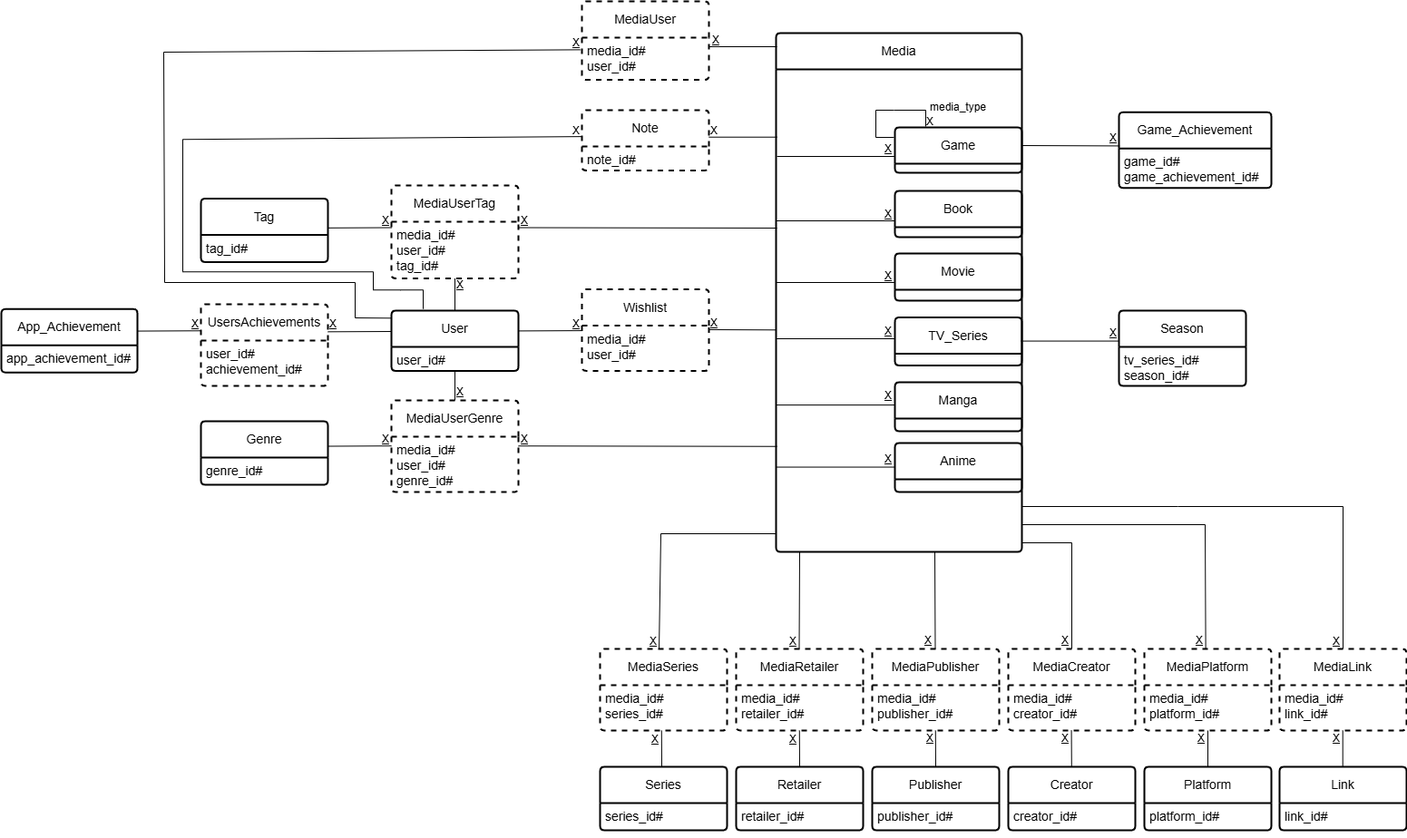
unibuc-cs/software-engineering-product-panic-driven-development keeps this draw.io diagram as images/diagram1.png. Above is the earlier version. Source tidied: cells renumbered, new cells last; positions are measured from the earlier drawing's top-left corner, leaving out a move shared by most shapes.
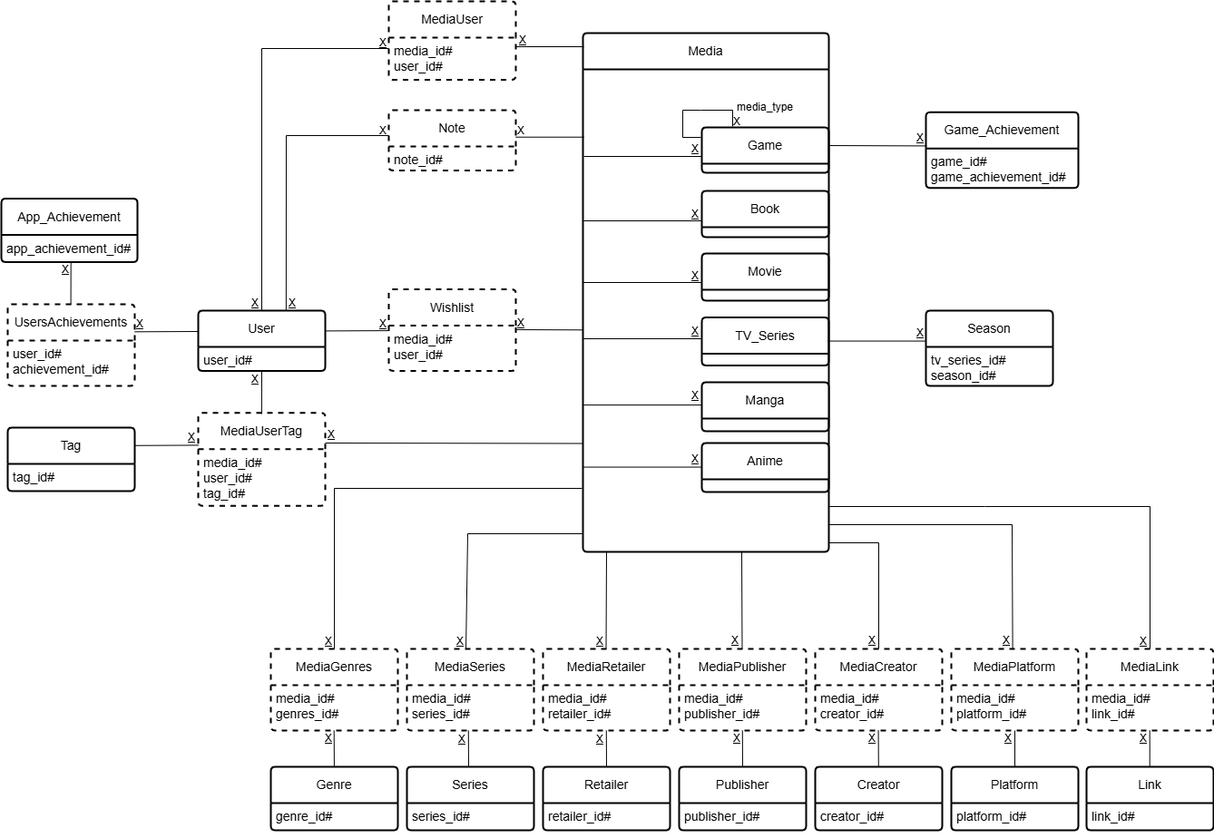
After the commit.

Commit message:
changed conceptual diagram

What changed in the source:
```diff
@@ -48,7 +48,7 @@
       <mxGeometry relative="1" as="geometry" />
     </mxCell>
     <mxCell id="13" value="Genre" style="swimlane;horizontal=1;startSize=40;rounded=1;fontSize=14;fontStyle=0;strokeWidth=2;shadow=0;dashed=0;align=center;arcSize=4;whiteSpace=wrap;html=1;fontFamily=Helvetica;" parent="1" vertex="1">
-      <mxGeometry x="220" y="463" width="140" height="70" as="geometry" />
+      <mxGeometry x="510" y="844" width="140" height="70" as="geometry" />
     </mxCell>
     <mxCell id="14" value="&lt;span style=&quot;font-size: 14px;&quot;&gt;genre_id#&lt;/span&gt;" style="align=left;strokeColor=none;fillColor=none;spacingLeft=4;fontSize=12;verticalAlign=top;html=1;rounded=1;" parent="13" vertex="1">
       <mxGeometry y="40" width="140" height="30" as="geometry" />
@@ -57,7 +57,7 @@
       <mxGeometry relative="1" as="geometry" />
     </mxCell>
     <mxCell id="16" value="Tag" style="swimlane;horizontal=1;startSize=40;rounded=1;fontSize=14;fontStyle=0;strokeWidth=2;shadow=0;dashed=0;align=center;arcSize=4;whiteSpace=wrap;html=1;fontFamily=Helvetica;" parent="1" vertex="1">
-      <mxGeometry x="220" y="217.5" width="140" height="70" as="geometry" />
+      <mxGeometry x="220" y="470" width="140" height="70" as="geometry" />
     </mxCell>
     <mxCell id="17" value="&lt;span style=&quot;font-size: 14px;&quot;&gt;tag_id#&lt;/span&gt;" style="align=left;strokeColor=none;fillColor=none;spacingLeft=4;fontSize=12;verticalAlign=top;html=1;rounded=1;" parent="16" vertex="1">
       <mxGeometry y="40" width="140" height="30" as="geometry" />
@@ -93,7 +93,7 @@
       <mxGeometry relative="1" as="geometry" />
     </mxCell>
     <mxCell id="28" value="App_Achievement" style="swimlane;horizontal=1;startSize=40;rounded=1;fontSize=14;fontStyle=0;strokeWidth=2;shadow=0;dashed=0;align=center;arcSize=4;whiteSpace=wrap;html=1;fontFamily=Helvetica;" parent="1" vertex="1">
-      <mxGeometry y="339.2" width="150" height="70" as="geometry" />
+      <mxGeometry x="213" y="217.5" width="150" height="70" as="geometry" />
     </mxCell>
     <mxCell id="29" value="&lt;span style=&quot;font-size: 14px;&quot;&gt;app_achievement_id#&lt;/span&gt;" style="align=left;strokeColor=none;fillColor=none;spacingLeft=4;fontSize=12;verticalAlign=top;html=1;rounded=1;" parent="28" vertex="1">
       <mxGeometry y="40" width="150" height="30" as="geometry" />
@@ -156,7 +156,7 @@
       <mxGeometry relative="1" as="geometry" />
     </mxCell>
     <mxCell id="49" value="MediaUserTag" style="swimlane;horizontal=1;startSize=40;rounded=1;fontSize=14;fontStyle=0;strokeWidth=2;shadow=0;dashed=1;align=center;arcSize=4;whiteSpace=wrap;html=1;fontFamily=Helvetica;" parent="1" vertex="1">
-      <mxGeometry x="430" y="203" width="140" height="102.5" as="geometry" />
+      <mxGeometry x="430" y="453.8" width="140" height="102.5" as="geometry" />
     </mxCell>
     <mxCell id="50" value="&lt;div&gt;&lt;span style=&quot;font-size: 14px;&quot;&gt;media_id#&lt;/span&gt;&lt;/div&gt;&lt;div&gt;&lt;span style=&quot;font-size: 14px;&quot;&gt;user_id#&lt;/span&gt;&lt;/div&gt;&lt;span style=&quot;font-size: 14px;&quot;&gt;tag_id#&lt;/span&gt;" style="align=left;strokeColor=none;fillColor=none;spacingLeft=4;fontSize=12;verticalAlign=top;html=1;rounded=1;" parent="49" vertex="1">
       <mxGeometry y="40" width="140" height="62.5" as="geometry" />
@@ -164,15 +164,6 @@
     <mxCell id="51" style="edgeStyle=orthogonalEdgeStyle;rounded=1;orthogonalLoop=1;jettySize=auto;html=1;exitX=0.5;exitY=1;exitDx=0;exitDy=0;" parent="49" edge="1" source="50" target="50">
       <mxGeometry relative="1" as="geometry" />
     </mxCell>
-    <mxCell id="52" value="MediaUserGenre" style="swimlane;horizontal=1;startSize=40;rounded=1;fontSize=14;fontStyle=0;strokeWidth=2;shadow=0;dashed=1;align=center;arcSize=4;whiteSpace=wrap;html=1;fontFamily=Helvetica;" parent="1" vertex="1">
-      <mxGeometry x="430" y="440" width="140" height="101" as="geometry" />
-    </mxCell>
-    <mxCell id="53" value="&lt;div&gt;&lt;span style=&quot;font-size: 14px;&quot;&gt;media_id#&lt;/span&gt;&lt;/div&gt;&lt;span style=&quot;font-size: 14px;&quot;&gt;&lt;div&gt;&lt;span style=&quot;font-size: 14px;&quot;&gt;user_id#&lt;/span&gt;&lt;/div&gt;genre_id#&lt;/span&gt;" style="align=left;strokeColor=none;fillColor=none;spacingLeft=4;fontSize=12;verticalAlign=top;html=1;rounded=1;" parent="52" vertex="1">
-      <mxGeometry y="40" width="140" height="61" as="geometry" />
-    </mxCell>
-    <mxCell id="54" style="edgeStyle=orthogonalEdgeStyle;rounded=1;orthogonalLoop=1;jettySize=auto;html=1;exitX=0.5;exitY=1;exitDx=0;exitDy=0;" parent="52" edge="1" source="53" target="53">
-      <mxGeometry relative="1" as="geometry" />
-    </mxCell>
     <mxCell id="55" style="endArrow=none;html=1;rounded=0;" parent="1" edge="1">
       <mxGeometry relative="1" as="geometry">
         <mxPoint x="780" y="149.7" as="sourcePoint" />
@@ -181,8 +172,8 @@
     </mxCell>
     <mxCell id="56" style="endArrow=none;html=1;rounded=0;" parent="1" edge="1">
       <mxGeometry relative="1" as="geometry">
-        <mxPoint x="360" y="249.8" as="sourcePoint" />
-        <mxPoint x="430" y="249.5" as="targetPoint" />
+        <mxPoint x="360" y="489.8" as="sourcePoint" />
+        <mxPoint x="430" y="489.4" as="targetPoint" />
       </mxGeometry>
     </mxCell>
     <mxCell id="57" style="endArrow=none;html=1;rounded=0;" parent="1" edge="1">
@@ -191,17 +182,6 @@
         <mxPoint x="640" y="363.1" as="targetPoint" />
       </mxGeometry>
     </mxCell>
-    <mxCell id="58" style="endArrow=none;html=1;rounded=0;entryX=0.007;entryY=0.417;entryDx=0;entryDy=0;entryPerimeter=0;exitX=-0.005;exitY=0.125;exitDx=0;exitDy=0;exitPerimeter=0;" parent="1" edge="1" source="19">
-      <mxGeometry relative="1" as="geometry">
-        <mxPoint x="638" y="53.4" as="targetPoint" />
-        <Array as="points">
-          <mxPoint x="390" y="349" />
-          <mxPoint x="390" y="310" />
-          <mxPoint x="180" y="310" />
-          <mxPoint x="179" y="56" />
-        </Array>
-      </mxGeometry>
-    </mxCell>
     <mxCell id="59" style="endArrow=none;html=1;rounded=0;exitX=0.5;exitY=0;exitDx=0;exitDy=0;" parent="1" edge="1">
       <mxGeometry relative="1" as="geometry">
         <mxPoint x="879.5" y="714" as="sourcePoint" />
@@ -301,7 +281,7 @@
       <mxGeometry x="624" y="128" width="20" height="30" as="geometry" />
     </mxCell>
     <mxCell id="82" value="&lt;u&gt;X&lt;/u&gt;" style="text;html=1;align=center;verticalAlign=middle;whiteSpace=wrap;rounded=0;" parent="1" vertex="1">
-      <mxGeometry x="414" y="227" width="20" height="30" as="geometry" />
+      <mxGeometry x="413" y="466" width="20" height="30" as="geometry" />
     </mxCell>
     <mxCell id="83" value="&lt;u&gt;X&lt;/u&gt;" style="text;html=1;align=center;verticalAlign=middle;whiteSpace=wrap;rounded=0;" parent="1" vertex="1">
       <mxGeometry x="624" y="341" width="20" height="30" as="geometry" />
@@ -469,76 +449,21 @@
     <mxCell id="124" value="&lt;u&gt;X&lt;/u&gt;" style="text;html=1;align=center;verticalAlign=middle;whiteSpace=wrap;rounded=0;" parent="1" vertex="1">
       <mxGeometry x="356" y="341" width="20" height="30" as="geometry" />
     </mxCell>
-    <mxCell id="125" value="&lt;u&gt;X&lt;/u&gt;" style="text;html=1;align=center;verticalAlign=middle;whiteSpace=wrap;rounded=0;" parent="1" vertex="1">
-      <mxGeometry x="204" y="341" width="20" height="30" as="geometry" />
-    </mxCell>
-    <mxCell id="126" style="endArrow=none;html=1;rounded=0;" parent="1" edge="1">
-      <mxGeometry relative="1" as="geometry">
-        <mxPoint x="150" y="363.6" as="sourcePoint" />
-        <mxPoint x="220" y="363.2" as="targetPoint" />
-      </mxGeometry>
-    </mxCell>
-    <mxCell id="127" style="endArrow=none;html=1;rounded=0;exitX=0.5;exitY=0;exitDx=0;exitDy=0;entryX=0.5;entryY=1;entryDx=0;entryDy=0;" parent="1" edge="1" source="19" target="50">
-      <mxGeometry relative="1" as="geometry" />
-    </mxCell>
-    <mxCell id="128" style="endArrow=none;html=1;rounded=0;entryX=0.5;entryY=1;entryDx=0;entryDy=0;" parent="1" edge="1" target="20">
-      <mxGeometry relative="1" as="geometry">
-        <mxPoint x="500" y="440" as="sourcePoint" />
-      </mxGeometry>
-    </mxCell>
-    <mxCell id="129" value="&lt;u&gt;X&lt;/u&gt;" style="text;html=1;align=center;verticalAlign=middle;whiteSpace=wrap;rounded=0;" parent="1" vertex="1">
-      <mxGeometry x="496" y="298" width="20" height="30" as="geometry" />
-    </mxCell>
-    <mxCell id="130" value="&lt;u&gt;X&lt;/u&gt;" style="text;html=1;align=center;verticalAlign=middle;whiteSpace=wrap;rounded=0;" parent="1" vertex="1">
-      <mxGeometry x="496" y="416" width="20" height="30" as="geometry" />
-    </mxCell>
     <mxCell id="131" style="endArrow=none;html=1;rounded=0;" parent="1" edge="1">
       <mxGeometry relative="1" as="geometry">
         <mxPoint x="780" y="362" as="sourcePoint" />
         <mxPoint x="854" y="362.3" as="targetPoint" />
       </mxGeometry>
     </mxCell>
-    <mxCell id="132" style="endArrow=none;html=1;rounded=0;" parent="1" edge="1">
-      <mxGeometry relative="1" as="geometry">
-        <mxPoint x="360" y="490.5" as="sourcePoint" />
-        <mxPoint x="430" y="490.2" as="targetPoint" />
-      </mxGeometry>
-    </mxCell>
-    <mxCell id="133" value="&lt;u&gt;X&lt;/u&gt;" style="text;html=1;align=center;verticalAlign=middle;whiteSpace=wrap;rounded=0;" parent="1" vertex="1">
-      <mxGeometry x="414" y="468" width="20" height="30" as="geometry" />
-    </mxCell>
     <mxCell id="134" style="endArrow=none;html=1;rounded=0;" parent="1" edge="1">
       <mxGeometry relative="1" as="geometry">
-        <mxPoint x="570" y="249.5" as="sourcePoint" />
-        <mxPoint x="855" y="250" as="targetPoint" />
+        <mxPoint x="570" y="487" as="sourcePoint" />
+        <mxPoint x="854.5" y="487.5" as="targetPoint" />
       </mxGeometry>
     </mxCell>
-    <mxCell id="135" style="endArrow=none;html=1;rounded=0;" parent="1" edge="1">
-      <mxGeometry relative="1" as="geometry">
-        <mxPoint x="570" y="490.2" as="sourcePoint" />
-        <mxPoint x="855" y="490.8" as="targetPoint" />
-      </mxGeometry>
-    </mxCell>
-    <mxCell id="136" value="&lt;u&gt;X&lt;/u&gt;" style="text;html=1;align=center;verticalAlign=middle;whiteSpace=wrap;rounded=0;" parent="1" vertex="1">
-      <mxGeometry x="567" y="468" width="20" height="30" as="geometry" />
-    </mxCell>
     <mxCell id="137" value="&lt;u&gt;X&lt;/u&gt;" style="text;html=1;align=center;verticalAlign=middle;whiteSpace=wrap;rounded=0;" parent="1" vertex="1">
-      <mxGeometry x="567" y="227" width="20" height="30" as="geometry" />
+      <mxGeometry x="567" y="463" width="20" height="30" as="geometry" />
     </mxCell>
-    <mxCell id="138" style="endArrow=none;html=1;rounded=0;entryX=0.007;entryY=0.417;entryDx=0;entryDy=0;entryPerimeter=0;exitX=0.25;exitY=0;exitDx=0;exitDy=0;" parent="1" edge="1">
-      <mxGeometry relative="1" as="geometry">
-        <mxPoint x="465" y="339.2" as="sourcePoint" />
-        <mxPoint x="640" y="149.1" as="targetPoint" />
-        <Array as="points">
-          <mxPoint x="465" y="318.2" />
-          <mxPoint x="440" y="318.2" />
-          <mxPoint x="410" y="318.2" />
-          <mxPoint x="410" y="298.2" />
-          <mxPoint x="200" y="298.2" />
-          <mxPoint x="200" y="152.2" />
-        </Array>
-      </mxGeometry>
-    </mxCell>
     <mxCell id="139" value="Manga" style="swimlane;horizontal=1;startSize=40;rounded=1;fontSize=14;fontStyle=0;strokeWidth=2;shadow=0;dashed=0;align=center;arcSize=4;whiteSpace=wrap;html=1;fontFamily=Helvetica;" parent="1" vertex="1">
       <mxGeometry x="985" y="420" width="140" height="54" as="geometry" />
     </mxCell>
@@ -623,5 +548,74 @@
     <mxCell id="160" value="&lt;u&gt;X&lt;/u&gt;" style="text;html=1;align=center;verticalAlign=middle;whiteSpace=wrap;rounded=0;" parent="1" vertex="1">
       <mxGeometry x="1216" y="351" width="20" height="30" as="geometry" />
     </mxCell>
+    <mxCell id="161" value="MediaGenres" style="swimlane;horizontal=1;startSize=40;rounded=1;fontSize=14;fontStyle=0;strokeWidth=2;shadow=0;dashed=1;align=center;arcSize=4;whiteSpace=wrap;html=1;fontFamily=Helvetica;" parent="1" vertex="1">
+      <mxGeometry x="510" y="714" width="140" height="90" as="geometry" />
+    </mxCell>
+    <mxCell id="162" value="&lt;span style=&quot;font-size: 14px;&quot;&gt;media_id#&lt;br&gt;genres_id#&lt;br&gt;&lt;br&gt;&lt;/span&gt;" style="align=left;strokeColor=none;fillColor=none;spacingLeft=4;fontSize=12;verticalAlign=top;html=1;rounded=1;" parent="161" vertex="1">
+      <mxGeometry y="40" width="140" height="50" as="geometry" />
+    </mxCell>
+    <mxCell id="163" style="edgeStyle=orthogonalEdgeStyle;rounded=1;orthogonalLoop=1;jettySize=auto;html=1;exitX=0.5;exitY=1;exitDx=0;exitDy=0;" parent="161" edge="1" source="162" target="162">
+      <mxGeometry relative="1" as="geometry" />
+    </mxCell>
+    <mxCell id="164" value="&lt;u&gt;X&lt;/u&gt;" style="text;html=1;align=center;verticalAlign=middle;whiteSpace=wrap;rounded=0;" parent="1" vertex="1">
+      <mxGeometry x="564" y="798" width="20" height="30" as="geometry" />
+    </mxCell>
+    <mxCell id="165" style="endArrow=none;html=1;rounded=0;" parent="1" edge="1">
+      <mxGeometry relative="1" as="geometry">
+        <mxPoint x="579.9" y="844" as="sourcePoint" />
+        <mxPoint x="579.7" y="804" as="targetPoint" />
+      </mxGeometry>
+    </mxCell>
+    <mxCell id="166" style="endArrow=none;html=1;rounded=0;" parent="1" edge="1">
+      <mxGeometry relative="1" as="geometry">
+        <mxPoint x="580" y="714" as="sourcePoint" />
+        <mxPoint x="853" y="537" as="targetPoint" />
+        <Array as="points">
+          <mxPoint x="580" y="537" />
+        </Array>
+      </mxGeometry>
+    </mxCell>
+    <mxCell id="167" value="&lt;u&gt;X&lt;/u&gt;" style="text;html=1;align=center;verticalAlign=middle;whiteSpace=wrap;rounded=0;" parent="1" vertex="1">
+      <mxGeometry x="564" y="691" width="20" height="30" as="geometry" />
+    </mxCell>
+    <mxCell id="168" style="endArrow=none;html=1;rounded=0;entryX=0.5;entryY=1;entryDx=0;entryDy=0;" parent="1" edge="1" target="20">
+      <mxGeometry relative="1" as="geometry">
+        <mxPoint x="499.9" y="455" as="sourcePoint" />
+      </mxGeometry>
+    </mxCell>
+    <mxCell id="169" value="&lt;u&gt;X&lt;/u&gt;" style="text;html=1;align=center;verticalAlign=middle;whiteSpace=wrap;rounded=0;" parent="1" vertex="1">
+      <mxGeometry x="483" y="401.5" width="20" height="30" as="geometry" />
+    </mxCell>
+    <mxCell id="170" style="endArrow=none;html=1;rounded=0;exitX=0.5;exitY=0;exitDx=0;exitDy=0;" parent="1" edge="1" source="19">
+      <mxGeometry relative="1" as="geometry">
+        <mxPoint x="640" y="52" as="targetPoint" />
+        <Array as="points">
+          <mxPoint x="500" y="52" />
+        </Array>
+      </mxGeometry>
+    </mxCell>
+    <mxCell id="171" value="&lt;u&gt;X&lt;/u&gt;" style="text;html=1;align=center;verticalAlign=middle;whiteSpace=wrap;rounded=0;" parent="1" vertex="1">
+      <mxGeometry x="483" y="317.5" width="20" height="30" as="geometry" />
+    </mxCell>
+    <mxCell id="172" style="endArrow=none;html=1;rounded=0;exitX=0.692;exitY=0.007;exitDx=0;exitDy=0;exitPerimeter=0;" parent="1" edge="1" source="19">
+      <mxGeometry relative="1" as="geometry">
+        <mxPoint x="640" y="148" as="targetPoint" />
+        <Array as="points">
+          <mxPoint x="527" y="148" />
+        </Array>
+      </mxGeometry>
+    </mxCell>
+    <mxCell id="173" value="&lt;u&gt;X&lt;/u&gt;" style="text;html=1;align=center;verticalAlign=middle;whiteSpace=wrap;rounded=0;" parent="1" vertex="1">
+      <mxGeometry x="524" y="317.5" width="20" height="30" as="geometry" />
+    </mxCell>
+    <mxCell id="174" style="endArrow=none;html=1;rounded=0;entryX=0.5;entryY=1;entryDx=0;entryDy=0;" parent="1" edge="1">
+      <mxGeometry relative="1" as="geometry">
+        <mxPoint x="289.6" y="334.5" as="sourcePoint" />
+        <mxPoint x="289.7" y="287.5" as="targetPoint" />
+      </mxGeometry>
+    </mxCell>
+    <mxCell id="175" value="&lt;u&gt;X&lt;/u&gt;" style="text;html=1;align=center;verticalAlign=middle;whiteSpace=wrap;rounded=0;" parent="1" vertex="1">
+      <mxGeometry x="274" y="281" width="20" height="30" as="geometry" />
+    </mxCell>
   </root>
 </mxGraphModel>
```
